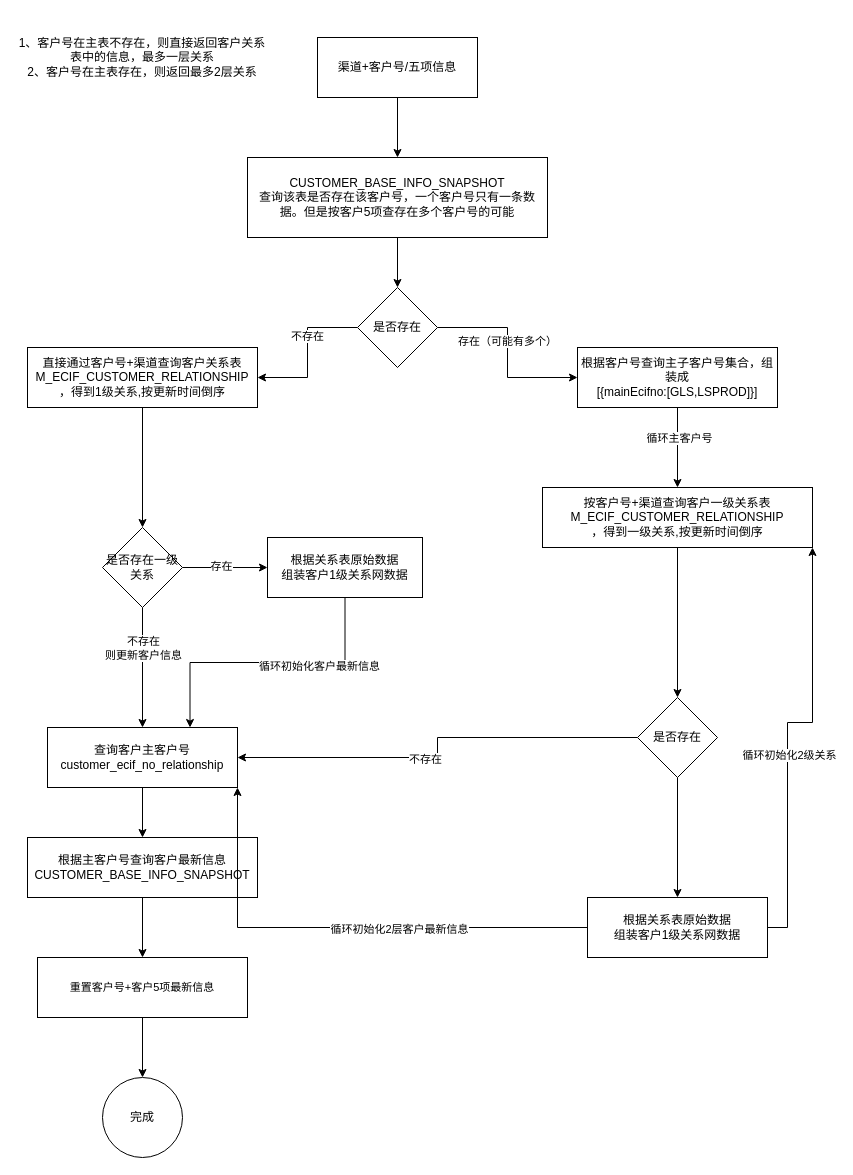
Above: page "客户号查询" (1 of 2) of 客户关系查询.drawio in rainerpiao/cloud-computing (draw.io), before the change. Source tidied: cells renumbered, new cells numbered last; positions are measured from the earlier drawing's top-left corner, leaving out a move shared by most shapes. Both pictures are drawn from the tidied source at 100%, with x=0, y=0 at pixel (17, 17).
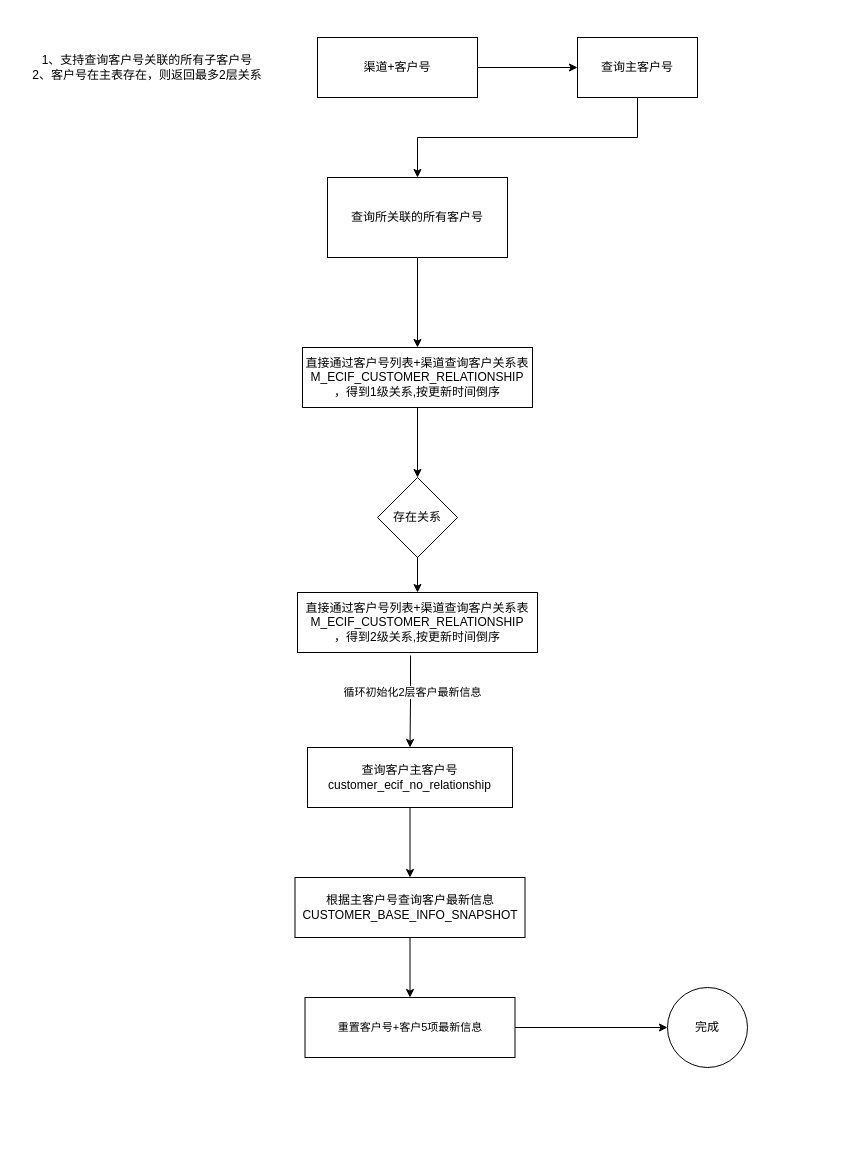
The same diagram, later.

Commit message (it also covers changes not shown here):
更新客户关系查询.drawio

What changed in the source:
```diff
@@
-    <mxCell id="2" style="edgeStyle=orthogonalEdgeStyle;rounded=0;jettySize=auto;html=1;" parent="1" edge="1" source="3" target="5">
+    <mxCell id="2" style="edgeStyle=orthogonalEdgeStyle;rounded=0;jettySize=auto;html=1;exitX=0.5;exitY=1;exitDx=0;exitDy=0;" parent="1" edge="1" source="45" target="5">
       <mxGeometry relative="1" as="geometry" />
     </mxCell>
+    <mxCell id="43" style="edgeStyle=orthogonalEdgeStyle;rounded=0;jettySize=auto;html=1;" parent="1" edge="1" source="3" target="45">
+      <mxGeometry relative="1" as="geometry" />
+    </mxCell>
-    <mxCell id="3" value="渠道+客户号/五项信息" style="rounded=0;whiteSpace=wrap;html=1;" parent="1" vertex="1">
+    <mxCell id="3" value="渠道+客户号" style="rounded=0;whiteSpace=wrap;html=1;" parent="1" vertex="1">
       <mxGeometry x="300" y="20" width="160" height="60" as="geometry" />
     </mxCell>
-    <mxCell id="4" style="edgeStyle=orthogonalEdgeStyle;rounded=0;jettySize=auto;html=1;" parent="1" edge="1" source="5" target="10">
+    <mxCell id="4" style="edgeStyle=orthogonalEdgeStyle;rounded=0;jettySize=auto;html=1;" parent="1" edge="1" source="5" target="12">
       <mxGeometry relative="1" as="geometry" />
     </mxCell>
-    <mxCell id="5" value="CUSTOMER_BASE_INFO_SNAPSHOT&lt;div&gt;查询该表是否存在该客户号，一个客户号只有一条数据。但是按客户5项查存在多个客户号的可能&lt;/div&gt;" style="whiteSpace=wrap;html=1;rounded=0;" parent="1" vertex="1">
-      <mxGeometry x="230" y="140" width="300" height="80" as="geometry" />
+    <mxCell id="5" value="查询所关联的所有客户号" style="whiteSpace=wrap;html=1;rounded=0;" parent="1" vertex="1">
+      <mxGeometry x="310" y="160" width="180" height="80" as="geometry" />
     </mxCell>
-    <mxCell id="6" style="edgeStyle=orthogonalEdgeStyle;rounded=0;jettySize=auto;html=1;" parent="1" edge="1" source="10" target="12">
-      <mxGeometry relative="1" as="geometry" />
-    </mxCell>
-    <mxCell id="7" value="不存在" style="edgeLabel;html=1;align=center;verticalAlign=middle;" parent="6" vertex="1">
-      <mxGeometry x="-0.23" y="-1" relative="1" as="geometry" />
-    </mxCell>
-    <mxCell id="8" style="edgeStyle=orthogonalEdgeStyle;rounded=0;jettySize=auto;html=1;" parent="1" edge="1" source="10" target="15">
-      <mxGeometry relative="1" as="geometry" />
-    </mxCell>
-    <mxCell id="9" value="存在（可能有多个）" style="edgeLabel;html=1;align=center;verticalAlign=middle;" parent="8" vertex="1">
-      <mxGeometry x="-0.13" y="-1" relative="1" as="geometry" />
-    </mxCell>
-    <mxCell id="10" value="是否存在" style="rhombus;whiteSpace=wrap;html=1;rounded=0;" parent="1" vertex="1">
-      <mxGeometry x="340" y="270" width="80" height="80" as="geometry" />
-    </mxCell>
-    <mxCell id="11" style="edgeStyle=orthogonalEdgeStyle;rounded=0;jettySize=auto;html=1;" parent="1" edge="1" source="12" target="20">
-      <mxGeometry relative="1" as="geometry" />
-    </mxCell>
+    <mxCell id="44" style="edgeStyle=orthogonalEdgeStyle;rounded=0;jettySize=auto;html=1;" parent="1" edge="1" source="12" target="47">
+      <mxGeometry relative="1" as="geometry" />
+    </mxCell>
-    <mxCell id="12" value="直接通过客户号+渠道查询客户关系表&lt;div&gt;M_ECIF_CUSTOMER_RELATIONSHIP&lt;br&gt;&lt;div&gt;，得到1级关系,按更新时间倒序&lt;/div&gt;&lt;/div&gt;" style="whiteSpace=wrap;html=1;rounded=0;" parent="1" vertex="1">
-      <mxGeometry x="10" y="330" width="230" height="60" as="geometry" />
+    <mxCell id="12" value="直接通过客户号列表+渠道查询客户关系表&lt;div&gt;M_ECIF_CUSTOMER_RELATIONSHIP&lt;br&gt;&lt;div&gt;，得到1级关系,按更新时间倒序&lt;/div&gt;&lt;/div&gt;" style="whiteSpace=wrap;html=1;rounded=0;" parent="1" vertex="1">
+      <mxGeometry x="285" y="330" width="230" height="60" as="geometry" />
     </mxCell>
-    <mxCell id="13" style="edgeStyle=orthogonalEdgeStyle;rounded=0;jettySize=auto;html=1;" parent="1" edge="1" source="15" target="33">
-      <mxGeometry relative="1" as="geometry" />
-    </mxCell>
-    <mxCell id="14" value="循环主客户号" style="edgeLabel;html=1;align=center;verticalAlign=middle;" parent="13" vertex="1">
-      <mxGeometry x="-0.25" y="1" relative="1" as="geometry" />
-    </mxCell>
-    <mxCell id="15" value="根据客户号查询主子客户号集合，组装成&lt;div&gt;[{mainEcifno:[GLS,LSPROD]}]&lt;br&gt;&lt;/div&gt;" style="whiteSpace=wrap;html=1;rounded=0;" parent="1" vertex="1">
-      <mxGeometry x="560" y="330" width="200" height="60" as="geometry" />
-    </mxCell>
-    <mxCell id="16" style="edgeStyle=orthogonalEdgeStyle;rounded=0;jettySize=auto;html=1;" parent="1" edge="1" source="20" target="22">
-      <mxGeometry relative="1" as="geometry" />
-    </mxCell>
-    <mxCell id="17" value="不存在&lt;div&gt;则更新客户信息&lt;/div&gt;" style="edgeLabel;html=1;align=center;verticalAlign=middle;" parent="16" vertex="1">
-      <mxGeometry x="-0.33" relative="1" as="geometry" />
-    </mxCell>
-    <mxCell id="18" style="edgeStyle=orthogonalEdgeStyle;rounded=0;jettySize=auto;html=1;" parent="1" edge="1" source="20" target="25">
-      <mxGeometry relative="1" as="geometry" />
-    </mxCell>
-    <mxCell id="19" value="存在" style="edgeLabel;html=1;align=center;verticalAlign=middle;" parent="18" vertex="1">
-      <mxGeometry x="-0.11" y="2" relative="1" as="geometry" />
-    </mxCell>
-    <mxCell id="20" value="是否存在一级关系" style="rhombus;whiteSpace=wrap;html=1;rounded=0;" parent="1" vertex="1">
-      <mxGeometry x="85" y="510" width="80" height="80" as="geometry" />
-    </mxCell>
@@
     <mxCell id="22" value="查询客户主客户号&lt;div&gt;customer_ecif_no_relationship&lt;br&gt;&lt;/div&gt;" style="whiteSpace=wrap;html=1;rounded=0;" parent="1" vertex="1">
-      <mxGeometry x="30" y="710" width="190" height="60" as="geometry" />
+      <mxGeometry x="290" y="730" width="205" height="60" as="geometry" />
     </mxCell>
-    <mxCell id="23" style="edgeStyle=orthogonalEdgeStyle;rounded=0;jettySize=auto;html=1;entryX=0.75;entryY=0;entryDx=0;entryDy=0;exitX=0.5;exitY=1;exitDx=0;exitDy=0;" parent="1" edge="1" source="25" target="22">
-      <mxGeometry relative="1" as="geometry" />
-    </mxCell>
-    <mxCell id="24" value="循环初始化客户最新信息" style="edgeLabel;html=1;align=center;verticalAlign=middle;" parent="23" vertex="1">
-      <mxGeometry x="-0.36" y="3" relative="1" as="geometry" />
-    </mxCell>
-    <mxCell id="25" value="根据关系表原始数据&lt;div&gt;组装客户1级关系网数据&lt;/div&gt;" style="whiteSpace=wrap;html=1;rounded=0;" parent="1" vertex="1">
-      <mxGeometry x="250" y="520" width="155" height="60" as="geometry" />
-    </mxCell>
@@
     <mxCell id="27" value="根据主客户号查询客户最新信息&lt;div&gt;CUSTOMER_BASE_INFO_SNAPSHOT&lt;br&gt;&lt;/div&gt;" style="whiteSpace=wrap;html=1;rounded=0;" parent="1" vertex="1">
-      <mxGeometry x="10" y="820" width="230" height="60" as="geometry" />
+      <mxGeometry x="277.5" y="860" width="230" height="60" as="geometry" />
     </mxCell>
@@
     <mxCell id="29" value="&lt;span style=&quot;font-size: 11px; text-wrap: nowrap; background-color: rgb(255, 255, 255);&quot;&gt;重置客户号+客户5项最新信息&lt;/span&gt;" style="whiteSpace=wrap;html=1;rounded=0;" parent="1" vertex="1">
-      <mxGeometry x="20" y="940" width="210" height="60" as="geometry" />
+      <mxGeometry x="287.5" y="980" width="210" height="60" as="geometry" />
     </mxCell>
     <mxCell id="30" value="完成" style="ellipse;whiteSpace=wrap;html=1;rounded=0;" parent="1" vertex="1">
-      <mxGeometry x="85" y="1060" width="80" height="80" as="geometry" />
+      <mxGeometry x="650" y="970" width="80" height="80" as="geometry" />
     </mxCell>
-    <mxCell id="31" value="1、客户号在主表不存在，则直接返回客户关系表中的信息，最多一层关系&lt;div&gt;2、客户号在主表存在，则返回最多2层关系&lt;/div&gt;" style="text;html=1;align=center;verticalAlign=middle;whiteSpace=wrap;rounded=0;" parent="1" vertex="1">
-      <mxGeometry width="250" height="80" as="geometry" />
+    <mxCell id="31" value="1、支持查询客户号关联的所有子客户号&lt;div&gt;2、客户号在主表存在，则返回最多2层关系&lt;/div&gt;" style="text;html=1;align=center;verticalAlign=middle;whiteSpace=wrap;rounded=0;" parent="1" vertex="1">
+      <mxGeometry width="260" height="100" as="geometry" />
     </mxCell>
-    <mxCell id="32" style="edgeStyle=orthogonalEdgeStyle;rounded=0;jettySize=auto;html=1;" parent="1" edge="1" source="33" target="35">
-      <mxGeometry relative="1" as="geometry" />
-    </mxCell>
-    <mxCell id="33" value="按客户号+渠道查询客户一级关系表M_ECIF_CUSTOMER_RELATIONSHIP&lt;br&gt;&lt;div&gt;，得到一级关系,按更新时间倒序&lt;/div&gt;" style="whiteSpace=wrap;html=1;rounded=0;" parent="1" vertex="1">
-      <mxGeometry x="525" y="470" width="270" height="60" as="geometry" />
-    </mxCell>
-    <mxCell id="34" style="edgeStyle=orthogonalEdgeStyle;rounded=0;jettySize=auto;html=1;" parent="1" edge="1" source="35" target="42">
-      <mxGeometry relative="1" as="geometry" />
-    </mxCell>
-    <mxCell id="35" value="是否存在" style="rhombus;whiteSpace=wrap;html=1;rounded=0;" parent="1" vertex="1">
-      <mxGeometry x="620" y="680" width="80" height="80" as="geometry" />
-    </mxCell>
-    <mxCell id="36" style="edgeStyle=orthogonalEdgeStyle;rounded=0;jettySize=auto;html=1;entryX=1;entryY=0.5;entryDx=0;entryDy=0;exitX=0;exitY=0.5;exitDx=0;exitDy=0;" parent="1" edge="1" source="35" target="22">
-      <mxGeometry relative="1" as="geometry" />
-    </mxCell>
-    <mxCell id="37" value="不存在" style="edgeLabel;html=1;align=center;verticalAlign=middle;" parent="36" vertex="1">
-      <mxGeometry x="0.11" y="1" relative="1" as="geometry" />
-    </mxCell>
-    <mxCell id="38" style="edgeStyle=orthogonalEdgeStyle;rounded=0;jettySize=auto;html=1;entryX=1;entryY=1;entryDx=0;entryDy=0;exitX=1;exitY=0.5;exitDx=0;exitDy=0;" parent="1" edge="1" source="42" target="33">
-      <mxGeometry relative="1" as="geometry" />
-    </mxCell>
-    <mxCell id="39" value="循环初始化2级关系" style="edgeLabel;html=1;align=center;verticalAlign=middle;" parent="38" vertex="1">
-      <mxGeometry x="-0.09" y="-1" relative="1" as="geometry" />
-    </mxCell>
-    <mxCell id="40" style="edgeStyle=orthogonalEdgeStyle;rounded=0;jettySize=auto;html=1;exitX=0;exitY=0.5;exitDx=0;exitDy=0;entryX=1;entryY=1;entryDx=0;entryDy=0;" parent="1" edge="1" source="42" target="22">
+    <mxCell id="40" style="edgeStyle=orthogonalEdgeStyle;rounded=0;jettySize=auto;html=1;exitX=0.471;exitY=1.05;exitDx=0;exitDy=0;entryX=0.5;entryY=0;entryDx=0;entryDy=0;exitPerimeter=0;" parent="1" edge="1" source="48" target="22">
       <mxGeometry relative="1" as="geometry" />
     </mxCell>
@@
-    <mxCell id="42" value="根据关系表原始数据&lt;div&gt;组装客户1级关系网数据&lt;/div&gt;" style="whiteSpace=wrap;html=1;rounded=0;" parent="1" vertex="1">
-      <mxGeometry x="570" y="880" width="180" height="60" as="geometry" />
-    </mxCell>
+    <mxCell id="45" value="查询主客户号" style="whiteSpace=wrap;html=1;rounded=0;" parent="1" vertex="1">
+      <mxGeometry x="560" y="20" width="120" height="60" as="geometry" />
+    </mxCell>
+    <mxCell id="46" style="edgeStyle=orthogonalEdgeStyle;rounded=0;jettySize=auto;html=1;" parent="1" edge="1" source="47" target="48">
+      <mxGeometry relative="1" as="geometry" />
+    </mxCell>
+    <mxCell id="47" value="存在关系" style="rhombus;whiteSpace=wrap;html=1;rounded=0;" parent="1" vertex="1">
+      <mxGeometry x="360" y="460" width="80" height="80" as="geometry" />
+    </mxCell>
+    <mxCell id="48" value="直接通过客户号列表+渠道查询客户关系表&lt;div&gt;M_ECIF_CUSTOMER_RELATIONSHIP&lt;br&gt;&lt;div&gt;，得到2级关系,按更新时间倒序&lt;/div&gt;&lt;/div&gt;" style="whiteSpace=wrap;html=1;rounded=0;" parent="1" vertex="1">
+      <mxGeometry x="280" y="575" width="240" height="60" as="geometry" />
+    </mxCell>
```
